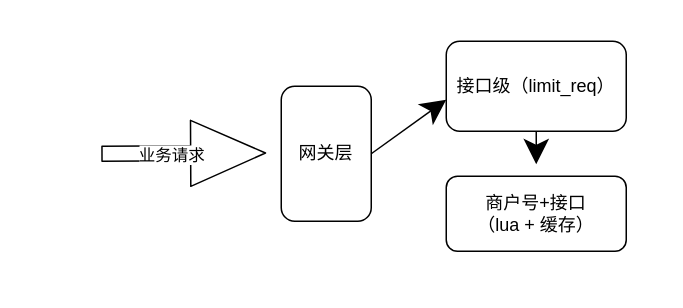
Above: page "Page-1" (1 of 2) of shiming01.drawio in silenceinthesky/Tools (draw.io), before the change. Source tidied: cells renumbered, new cells numbered last; positions are measured from the earlier drawing's top-left corner, leaving out a move shared by most shapes. Both pictures are drawn from the tidied source at 150%, with x=0, y=0 at pixel (100, 40).
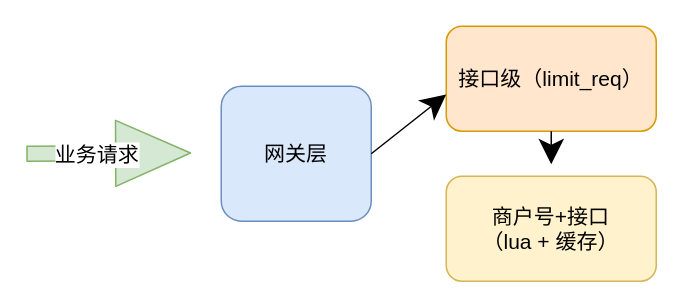
Above is the later version.

Change to the diagram source:
```diff
@@
 <mxGraphModel>
   <root>
     <mxCell id="0" />
     <mxCell id="1" parent="0" />
-    <mxCell id="2" value="网关层" style="rounded=1;whiteSpace=wrap;html=1;hachureGap=4;" parent="1" vertex="1">
-      <mxGeometry x="120" y="30" width="60" height="90" as="geometry" />
+    <mxCell id="2" value="网关层" style="rounded=1;whiteSpace=wrap;html=1;hachureGap=4;fillColor=#dae8fc;strokeColor=#6c8ebf;fontSize=14;fontFamily=Helvetica;" parent="1" vertex="1">
+      <mxGeometry x="80" y="30" width="100" height="90" as="geometry" />
     </mxCell>
-    <mxCell id="3" value="接口级（limit_req）" style="rounded=1;whiteSpace=wrap;html=1;hachureGap=4;" parent="1" vertex="1">
-      <mxGeometry x="230" width="120" height="60" as="geometry" />
+    <mxCell id="3" value="接口级（limit_req）" style="rounded=1;whiteSpace=wrap;html=1;hachureGap=4;fillColor=#ffe6cc;strokeColor=#d79b00;fontSize=14;fontFamily=Helvetica;" parent="1" vertex="1">
+      <mxGeometry x="230" y="-10" width="140" height="70" as="geometry" />
     </mxCell>
-    <mxCell id="4" value="商户号+接口&lt;br&gt;（lua + 缓存）" style="rounded=1;whiteSpace=wrap;html=1;hachureGap=4;" parent="1" vertex="1">
-      <mxGeometry x="230" y="90" width="120" height="50" as="geometry" />
+    <mxCell id="4" value="商户号+接口&lt;br style=&quot;font-size: 14px;&quot;&gt;（lua + 缓存）" style="rounded=1;whiteSpace=wrap;html=1;hachureGap=4;fillColor=#fff2cc;strokeColor=#d6b656;fontSize=14;fontFamily=Helvetica;" parent="1" vertex="1">
+      <mxGeometry x="230" y="90" width="140" height="70" as="geometry" />
     </mxCell>
-    <mxCell id="5" style="shape=flexArrow;endArrow=classic;html=1;startSize=14;endSize=16.3;sourcePerimeterSpacing=8;targetPerimeterSpacing=8;endWidth=33;" parent="1" edge="1">
+    <mxCell id="5" style="shape=flexArrow;endArrow=classic;html=1;startSize=14;endSize=16.3;sourcePerimeterSpacing=8;targetPerimeterSpacing=8;endWidth=33;fillColor=#d5e8d4;strokeColor=#82b366;fontSize=14;fontFamily=Helvetica;" parent="1" edge="1">
       <mxGeometry relative="1" as="geometry">
-        <mxPoint y="75" as="sourcePoint" />
-        <mxPoint x="110" y="74.5" as="targetPoint" />
+        <mxPoint x="-50" y="75" as="sourcePoint" />
+        <mxPoint x="60" y="74.5" as="targetPoint" />
       </mxGeometry>
     </mxCell>
-    <mxCell id="6" value="业务请求" style="edgeLabel;html=1;align=center;verticalAlign=middle;" parent="5" vertex="1">
+    <mxCell id="6" value="业务请求" style="edgeLabel;html=1;align=center;verticalAlign=middle;fontSize=14;fontFamily=Helvetica;" parent="5" vertex="1">
       <mxGeometry x="-0.16" y="-4" relative="1" as="geometry">
         <mxPoint y="-3" as="offset" />
       </mxGeometry>
     </mxCell>
-    <mxCell id="7" style="endArrow=classic;html=1;startSize=14;endSize=14;sourcePerimeterSpacing=8;targetPerimeterSpacing=8;entryX=0;entryY=0.65;entryDx=0;entryDy=0;entryPerimeter=0;exitX=1;exitY=0.5;exitDx=0;exitDy=0;" parent="1" edge="1" source="2" target="3">
+    <mxCell id="7" style="endArrow=classic;html=1;startSize=14;endSize=14;sourcePerimeterSpacing=8;targetPerimeterSpacing=8;entryX=0;entryY=0.65;entryDx=0;entryDy=0;entryPerimeter=0;exitX=1;exitY=0.5;exitDx=0;exitDy=0;fontSize=14;fontFamily=Helvetica;" parent="1" edge="1" source="2" target="3">
       <mxGeometry relative="1" as="geometry" />
     </mxCell>
-    <mxCell id="8" style="endArrow=classic;html=1;startSize=14;endSize=14;sourcePerimeterSpacing=8;targetPerimeterSpacing=8;exitX=0.5;exitY=1;exitDx=0;exitDy=0;" parent="1" edge="1" source="3" target="4">
+    <mxCell id="8" style="endArrow=classic;html=1;startSize=14;endSize=14;sourcePerimeterSpacing=8;targetPerimeterSpacing=8;exitX=0.5;exitY=1;exitDx=0;exitDy=0;fontSize=14;fontFamily=Helvetica;" parent="1" edge="1" source="3" target="4">
       <mxGeometry relative="1" as="geometry" />
     </mxCell>
   </root>
 </mxGraphModel>
```
